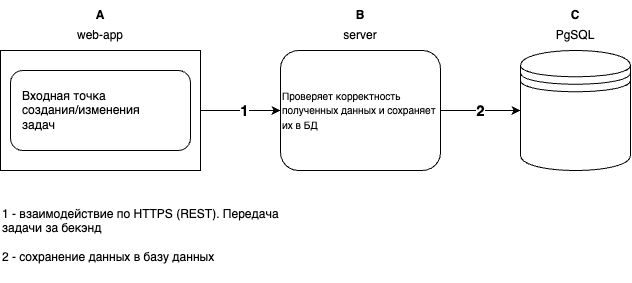
The draw.io diagram Novgorodov_Timofey/ex05_Architecture/ex05_Architecture.png in abdullahproff/BSA21_1, before a commit. Source tidied: cells renumbered, new cells last; positions are measured from the earlier drawing's top-left corner, leaving out a move shared by most shapes.
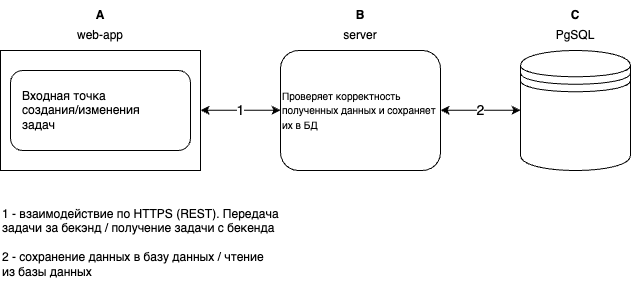
After the commit.

The edit, as a diff of the source:
```diff
@@ -2,12 +2,6 @@
   <root>
     <mxCell id="0" />
     <mxCell id="1" parent="0" />
-    <mxCell id="2" style="edgeStyle=orthogonalEdgeStyle;rounded=0;jettySize=auto;html=1;" parent="1" edge="1" source="5" target="8">
-      <mxGeometry relative="1" as="geometry" />
-    </mxCell>
-    <mxCell id="3" value="&lt;font style=&quot;font-size: 15px;&quot;&gt;&lt;b&gt;1&lt;/b&gt;&lt;/font&gt;" style="edgeLabel;html=1;align=center;verticalAlign=middle;" parent="2" vertex="1">
-      <mxGeometry x="0.09" relative="1" as="geometry" />
-    </mxCell>
     <mxCell id="4" value="&lt;b&gt;А&lt;/b&gt;" style="text;html=1;align=center;verticalAlign=middle;whiteSpace=wrap;rounded=0;" parent="1" vertex="1">
       <mxGeometry x="70" width="60" height="30" as="geometry" />
     </mxCell>
@@ -17,9 +11,6 @@
     <mxCell id="6" value="web-app" style="text;html=1;align=center;verticalAlign=middle;whiteSpace=wrap;rounded=0;" parent="1" vertex="1">
       <mxGeometry x="70" y="20" width="60" height="30" as="geometry" />
     </mxCell>
-    <mxCell id="7" value="&lt;b&gt;&lt;font style=&quot;font-size: 15px;&quot;&gt;2&lt;/font&gt;&lt;/b&gt;" style="edgeStyle=orthogonalEdgeStyle;rounded=0;jettySize=auto;html=1;" parent="1" edge="1" source="8" target="11">
-      <mxGeometry relative="1" as="geometry" />
-    </mxCell>
     <mxCell id="8" value="&lt;span style=&quot;font-size: 10px;&quot;&gt;Проверяет корректность полученных данных и сохраняет их в БД&lt;/span&gt;" style="rounded=1;whiteSpace=wrap;html=1;align=left;" parent="1" vertex="1">
       <mxGeometry x="280" y="50" width="160" height="120" as="geometry" />
     </mxCell>
@@ -38,7 +29,7 @@
     <mxCell id="13" value="PgSQL" style="text;html=1;align=center;verticalAlign=middle;whiteSpace=wrap;rounded=0;" parent="1" vertex="1">
       <mxGeometry x="545" y="20" width="60" height="30" as="geometry" />
     </mxCell>
-    <object id="14" label="1 - взаимодействие по HTTPS (REST). Передача задачи за бекэнд&lt;br&gt;&lt;br&gt;2 - сохранение данных в базу данных" name="Variable" placeholders="1">
+    <object id="14" label="1 - взаимодействие по HTTPS (REST). Передача задачи за бекэнд / получение задачи с бекенда&lt;br&gt;&lt;br&gt;2 - сохранение данных в базу данных / чтение из базы данных" name="Variable" placeholders="1">
       <mxCell style="text;html=1;strokeColor=none;fillColor=none;align=left;verticalAlign=top;whiteSpace=wrap;overflow=hidden;" parent="1" vertex="1">
         <mxGeometry y="200" width="280" height="80" as="geometry" />
       </mxCell>
@@ -51,5 +42,23 @@
         <mxGeometry x="20" y="85" width="125" height="50" as="geometry" />
       </mxCell>
     </object>
+    <mxCell id="17" style="endArrow=classic;startArrow=classic;html=1;rounded=0;" parent="1" edge="1">
+      <mxGeometry relative="1" as="geometry">
+        <mxPoint x="440" y="109.7" as="sourcePoint" />
+        <mxPoint x="520" y="109.7" as="targetPoint" />
+      </mxGeometry>
+    </mxCell>
+    <mxCell id="7" value="&lt;font style=&quot;font-size: 14px;&quot;&gt;2&lt;/font&gt;" style="edgeLabel;html=1;align=center;verticalAlign=middle;" parent="17" vertex="1">
+      <mxGeometry x="-0.03" relative="1" as="geometry" />
+    </mxCell>
+    <mxCell id="18" style="endArrow=classic;startArrow=classic;html=1;rounded=0;" parent="1" edge="1">
+      <mxGeometry relative="1" as="geometry">
+        <mxPoint x="200" y="109.7" as="sourcePoint" />
+        <mxPoint x="280" y="109.7" as="targetPoint" />
+      </mxGeometry>
+    </mxCell>
+    <mxCell id="3" value="&lt;font style=&quot;font-size: 14px;&quot;&gt;1&lt;/font&gt;" style="edgeLabel;html=1;align=center;verticalAlign=middle;" parent="18" vertex="1">
+      <mxGeometry x="-0.03" relative="1" as="geometry" />
+    </mxCell>
   </root>
 </mxGraphModel>
```
